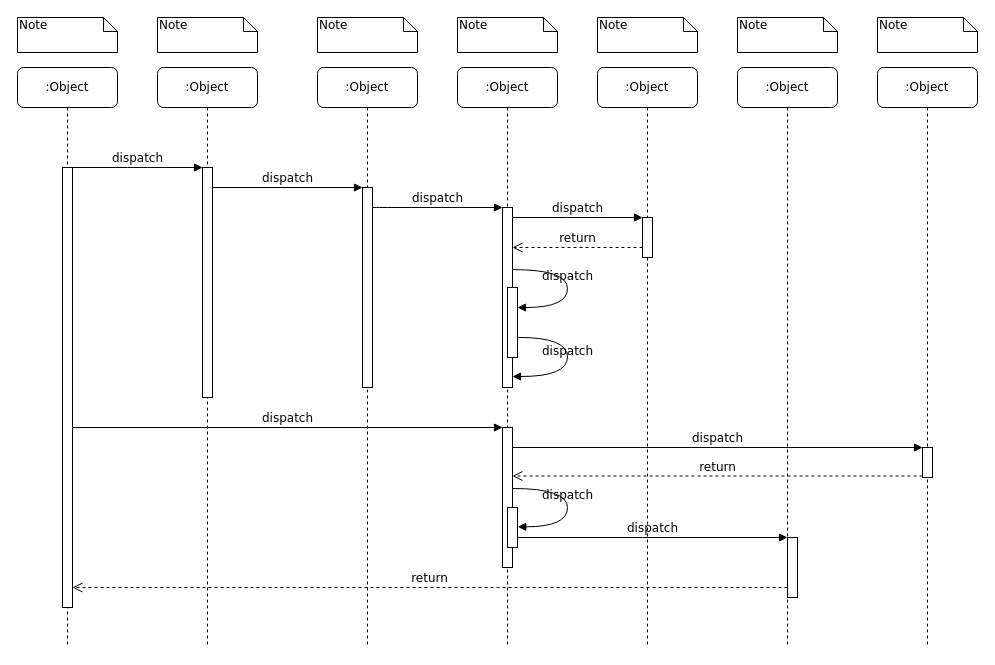
Before: java_doc/Untitled Diagram.drawio in Shacho/blog, a draw.io diagram. Source tidied: cells renumbered, new cells numbered last; positions are measured from the earlier drawing's top-left corner, leaving out a move shared by most shapes. Both pictures are drawn from the tidied source at 100%, with x=0, y=0 at pixel (17, 17).
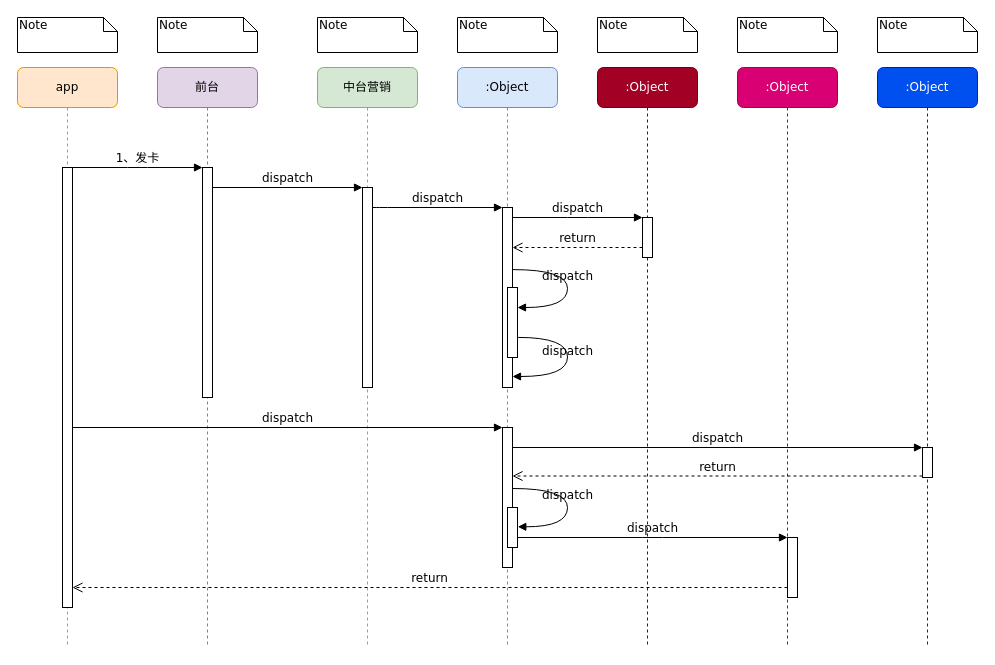
After the change.

Unchanged cells that the change refers to:
```xml
<mxCell id="3" style="html=1;points=[];perimeter=orthogonalPerimeter;rounded=0;shadow=0;comic=0;labelBackgroundColor=none;strokeWidth=1;fontFamily=Verdana;fontSize=12;align=center;" parent="2" vertex="1">
  <mxGeometry x="45" y="100" width="10" height="230" as="geometry" />
</mxCell>
<mxCell id="11" style="html=1;points=[];perimeter=orthogonalPerimeter;rounded=0;shadow=0;comic=0;labelBackgroundColor=none;strokeWidth=1;fontFamily=Verdana;fontSize=12;align=center;" parent="10" vertex="1">
  <mxGeometry x="45" y="100" width="10" height="440" as="geometry" />
</mxCell>
```

What changed in the source:
```diff
@@
-    <mxCell id="2" value=":Object" style="shape=umlLifeline;perimeter=lifelinePerimeter;whiteSpace=wrap;html=1;rounded=1;shadow=0;comic=0;labelBackgroundColor=none;strokeWidth=1;fontFamily=Verdana;fontSize=12;align=center;" parent="1" vertex="1">
+    <mxCell id="2" value="前台" style="shape=umlLifeline;perimeter=lifelinePerimeter;whiteSpace=wrap;html=1;rounded=1;shadow=0;comic=0;labelBackgroundColor=none;strokeWidth=1;fontFamily=Verdana;fontSize=12;align=center;fillColor=#e1d5e7;strokeColor=#9673a6;" parent="1" vertex="1">
       <mxGeometry x="140" y="50" width="100" height="580" as="geometry" />
     </mxCell>
@@
-    <mxCell id="4" value=":Object" style="shape=umlLifeline;perimeter=lifelinePerimeter;whiteSpace=wrap;html=1;rounded=1;shadow=0;comic=0;labelBackgroundColor=none;strokeWidth=1;fontFamily=Verdana;fontSize=12;align=center;" parent="1" vertex="1">
+    <mxCell id="4" value="中台营销" style="shape=umlLifeline;perimeter=lifelinePerimeter;whiteSpace=wrap;html=1;rounded=1;shadow=0;comic=0;labelBackgroundColor=none;strokeWidth=1;fontFamily=Verdana;fontSize=12;align=center;fillColor=#d5e8d4;strokeColor=#82b366;" parent="1" vertex="1">
       <mxGeometry x="300" y="50" width="100" height="580" as="geometry" />
     </mxCell>
@@
-    <mxCell id="6" value=":Object" style="shape=umlLifeline;perimeter=lifelinePerimeter;whiteSpace=wrap;html=1;rounded=1;shadow=0;comic=0;labelBackgroundColor=none;strokeWidth=1;fontFamily=Verdana;fontSize=12;align=center;" parent="1" vertex="1">
+    <mxCell id="6" value=":Object" style="shape=umlLifeline;perimeter=lifelinePerimeter;whiteSpace=wrap;html=1;rounded=1;shadow=0;comic=0;labelBackgroundColor=none;strokeWidth=1;fontFamily=Verdana;fontSize=12;align=center;fillColor=#dae8fc;strokeColor=#6c8ebf;" parent="1" vertex="1">
       <mxGeometry x="440" y="50" width="100" height="580" as="geometry" />
     </mxCell>
-    <mxCell id="7" value=":Object" style="shape=umlLifeline;perimeter=lifelinePerimeter;whiteSpace=wrap;html=1;rounded=1;shadow=0;comic=0;labelBackgroundColor=none;strokeWidth=1;fontFamily=Verdana;fontSize=12;align=center;" parent="1" vertex="1">
+    <mxCell id="7" value=":Object" style="shape=umlLifeline;perimeter=lifelinePerimeter;whiteSpace=wrap;html=1;rounded=1;shadow=0;comic=0;labelBackgroundColor=none;strokeWidth=1;fontFamily=Verdana;fontSize=12;align=center;fillColor=#a20025;strokeColor=#6F0000;fontColor=#ffffff;" parent="1" vertex="1">
       <mxGeometry x="580" y="50" width="100" height="580" as="geometry" />
     </mxCell>
-    <mxCell id="8" value=":Object" style="shape=umlLifeline;perimeter=lifelinePerimeter;whiteSpace=wrap;html=1;rounded=1;shadow=0;comic=0;labelBackgroundColor=none;strokeWidth=1;fontFamily=Verdana;fontSize=12;align=center;" parent="1" vertex="1">
+    <mxCell id="8" value=":Object" style="shape=umlLifeline;perimeter=lifelinePerimeter;whiteSpace=wrap;html=1;rounded=1;shadow=0;comic=0;labelBackgroundColor=none;strokeWidth=1;fontFamily=Verdana;fontSize=12;align=center;fillColor=#d80073;strokeColor=#A50040;fontColor=#ffffff;" parent="1" vertex="1">
       <mxGeometry x="720" y="50" width="100" height="580" as="geometry" />
     </mxCell>
-    <mxCell id="9" value=":Object" style="shape=umlLifeline;perimeter=lifelinePerimeter;whiteSpace=wrap;html=1;rounded=1;shadow=0;comic=0;labelBackgroundColor=none;strokeWidth=1;fontFamily=Verdana;fontSize=12;align=center;" parent="1" vertex="1">
+    <mxCell id="9" value=":Object" style="shape=umlLifeline;perimeter=lifelinePerimeter;whiteSpace=wrap;html=1;rounded=1;shadow=0;comic=0;labelBackgroundColor=none;strokeWidth=1;fontFamily=Verdana;fontSize=12;align=center;fillColor=#0050ef;strokeColor=#001DBC;fontColor=#ffffff;" parent="1" vertex="1">
       <mxGeometry x="860" y="50" width="100" height="580" as="geometry" />
     </mxCell>
-    <mxCell id="10" value=":Object" style="shape=umlLifeline;perimeter=lifelinePerimeter;whiteSpace=wrap;html=1;rounded=1;shadow=0;comic=0;labelBackgroundColor=none;strokeWidth=1;fontFamily=Verdana;fontSize=12;align=center;" parent="1" vertex="1">
+    <mxCell id="10" value="app" style="shape=umlLifeline;perimeter=lifelinePerimeter;whiteSpace=wrap;html=1;rounded=1;shadow=0;comic=0;labelBackgroundColor=none;strokeWidth=1;fontFamily=Verdana;fontSize=12;align=center;fillColor=#ffe6cc;strokeColor=#d79b00;" parent="1" vertex="1">
       <mxGeometry y="50" width="100" height="580" as="geometry" />
     </mxCell>
@@
-    <mxCell id="25" value="dispatch" style="html=1;verticalAlign=bottom;endArrow=block;entryX=0;entryY=0;labelBackgroundColor=none;fontFamily=Verdana;fontSize=12;edgeStyle=elbowEdgeStyle;elbow=vertical;" parent="1" edge="1" source="11" target="3">
+    <mxCell id="25" value="1、发卡" style="html=1;verticalAlign=bottom;endArrow=block;entryX=0;entryY=0;labelBackgroundColor=none;fontFamily=Verdana;fontSize=12;edgeStyle=elbowEdgeStyle;elbow=vertical;" parent="1" edge="1" source="11" target="3">
       <mxGeometry relative="1" as="geometry" />
     </mxCell>
```
